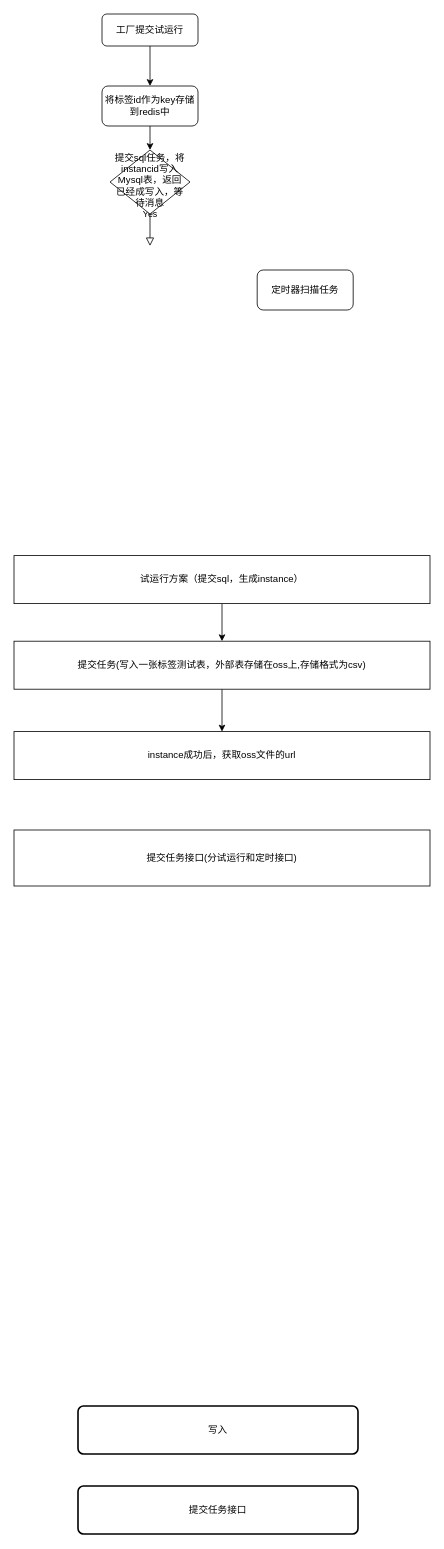
Before: odpsjob设计.drawio in shursulei/document, a draw.io diagram. Source tidied: cells renumbered, new cells numbered last; positions are measured from the earlier drawing's top-left corner, leaving out a move shared by most shapes. Both pictures are drawn from the tidied source at 80%, with x=0, y=0 at pixel (14, 14).
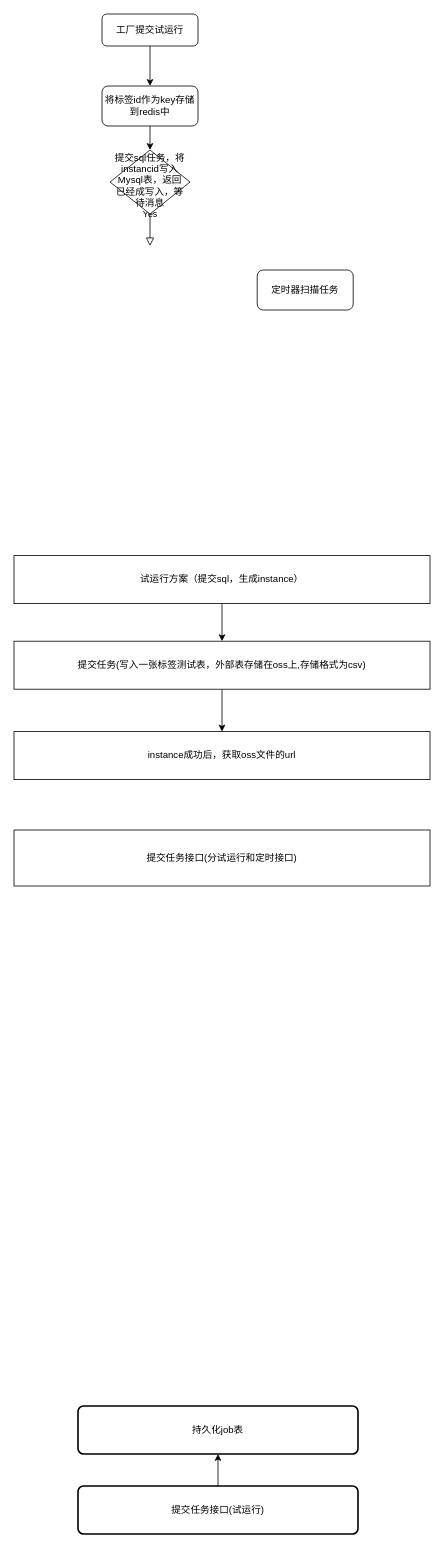
The same diagram, later.

Diff of the diagram source:
```diff
@@
 <mxGraphModel>
   <root>
     <mxCell id="0" />
     <mxCell id="1" parent="0" />
     <mxCell id="2" style="edgeStyle=orthogonalEdgeStyle;rounded=0;jettySize=auto;html=1;entryX=0.5;entryY=0;entryDx=0;entryDy=0;" parent="1" edge="1" source="3" target="12">
       <mxGeometry relative="1" as="geometry" />
     </mxCell>
     <mxCell id="3" value="工厂提交试运行" style="rounded=1;whiteSpace=wrap;html=1;fontSize=12;glass=0;strokeWidth=1;shadow=0;" parent="1" vertex="1">
       <mxGeometry x="110" width="120" height="40" as="geometry" />
     </mxCell>
     <mxCell id="4" value="Yes" style="rounded=0;html=1;jettySize=auto;fontSize=11;endArrow=block;endFill=0;endSize=8;strokeWidth=1;shadow=0;labelBackgroundColor=none;edgeStyle=orthogonalEdgeStyle;" parent="1" edge="1" source="5">
       <mxGeometry y="20" relative="1" as="geometry">
         <mxPoint x="170" y="290" as="targetPoint" />
       </mxGeometry>
     </mxCell>
     <mxCell id="5" value="提交sql任务，将instancid写入Mysql表，返回已经成写入，等待消息" style="rhombus;whiteSpace=wrap;html=1;shadow=0;fontFamily=Helvetica;fontSize=12;align=center;strokeWidth=1;spacing=6;spacingTop=-4;" parent="1" vertex="1">
       <mxGeometry x="120" y="170" width="100" height="80" as="geometry" />
     </mxCell>
     <mxCell id="6" style="edgeStyle=orthogonalEdgeStyle;rounded=0;jettySize=auto;html=1;" parent="1" edge="1" source="7" target="9">
       <mxGeometry relative="1" as="geometry" />
     </mxCell>
     <mxCell id="7" value="试运行方案（提交sql，生成instance）" style="rounded=0;whiteSpace=wrap;html=1;" parent="1" vertex="1">
       <mxGeometry y="677" width="520" height="60" as="geometry" />
     </mxCell>
     <mxCell id="8" style="edgeStyle=orthogonalEdgeStyle;rounded=0;jettySize=auto;html=1;exitX=0.5;exitY=1;exitDx=0;exitDy=0;entryX=0.5;entryY=0;entryDx=0;entryDy=0;" parent="1" edge="1" source="9" target="10">
       <mxGeometry relative="1" as="geometry" />
     </mxCell>
     <mxCell id="9" value="提交任务(写入一张标签测试表，外部表存储在oss上,存储格式为csv)" style="rounded=0;whiteSpace=wrap;html=1;" parent="1" vertex="1">
       <mxGeometry y="784" width="520" height="60" as="geometry" />
     </mxCell>
     <mxCell id="10" value="instance成功后，获取oss文件的url" style="rounded=0;whiteSpace=wrap;html=1;" parent="1" vertex="1">
       <mxGeometry y="897" width="520" height="60" as="geometry" />
     </mxCell>
     <mxCell id="11" style="edgeStyle=orthogonalEdgeStyle;rounded=0;jettySize=auto;html=1;exitX=0.5;exitY=1;exitDx=0;exitDy=0;entryX=0.5;entryY=0;entryDx=0;entryDy=0;" parent="1" edge="1" source="12" target="5">
       <mxGeometry relative="1" as="geometry" />
     </mxCell>
     <mxCell id="12" value="将标签id作为key存储到redis中" style="rounded=1;whiteSpace=wrap;html=1;" parent="1" vertex="1">
       <mxGeometry x="110" y="90" width="120" height="50" as="geometry" />
     </mxCell>
     <mxCell id="13" value="定时器扫描任务" style="rounded=1;whiteSpace=wrap;html=1;" parent="1" vertex="1">
       <mxGeometry x="304" y="320" width="120" height="50" as="geometry" />
     </mxCell>
     <mxCell id="14" value="提交任务接口(分试运行和定时接口)" style="rounded=0;whiteSpace=wrap;html=1;" parent="1" vertex="1">
       <mxGeometry y="1020" width="520" height="70" as="geometry" />
     </mxCell>
+    <mxCell id="17" style="edgeStyle=orthogonalEdgeStyle;rounded=0;jettySize=auto;html=1;exitX=0.5;exitY=0;exitDx=0;exitDy=0;entryX=0.5;entryY=1;entryDx=0;entryDy=0;" parent="1" edge="1" source="15" target="16">
+      <mxGeometry relative="1" as="geometry" />
+    </mxCell>
-    <mxCell id="15" value="提交任务接口" style="rounded=1;whiteSpace=wrap;html=1;absoluteArcSize=1;arcSize=14;strokeWidth=2;" parent="1" vertex="1">
+    <mxCell id="15" value="提交任务接口(试运行)" style="rounded=1;whiteSpace=wrap;html=1;absoluteArcSize=1;arcSize=14;strokeWidth=2;" parent="1" vertex="1">
       <mxGeometry x="80" y="1840" width="350" height="60" as="geometry" />
     </mxCell>
-    <mxCell id="16" value="&lt;span style=&quot;font-family: &amp;#34;pingfang sc&amp;#34; , &amp;#34;helvetica&amp;#34; , &amp;#34;tahoma&amp;#34; , &amp;#34;arial&amp;#34; , &amp;#34;hiragino sans gb&amp;#34; , &amp;#34;microsoft yahei&amp;#34; , &amp;#34;simsun&amp;#34; , &amp;#34;heiti&amp;#34; , sans-serif ; text-align: left ; background-color: rgb(255 , 255 , 255)&quot;&gt;写入&lt;/span&gt;" style="rounded=1;whiteSpace=wrap;html=1;absoluteArcSize=1;arcSize=14;strokeWidth=2;" parent="1" vertex="1">
+    <mxCell id="16" value="&lt;span style=&quot;font-family: &amp;#34;pingfang sc&amp;#34; , &amp;#34;helvetica&amp;#34; , &amp;#34;tahoma&amp;#34; , &amp;#34;arial&amp;#34; , &amp;#34;hiragino sans gb&amp;#34; , &amp;#34;microsoft yahei&amp;#34; , &amp;#34;simsun&amp;#34; , &amp;#34;heiti&amp;#34; , sans-serif ; text-align: left ; background-color: rgb(255 , 255 , 255)&quot;&gt;持久化job表&lt;/span&gt;" style="rounded=1;whiteSpace=wrap;html=1;absoluteArcSize=1;arcSize=14;strokeWidth=2;" parent="1" vertex="1">
       <mxGeometry x="80" y="1740" width="350" height="60" as="geometry" />
     </mxCell>
   </root>
 </mxGraphModel>
```
